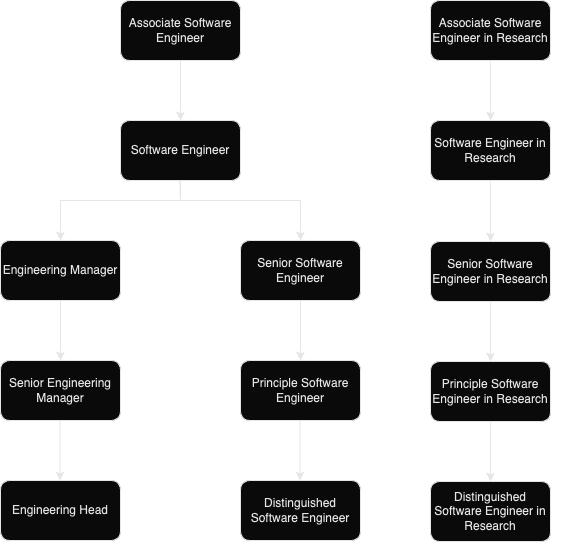
The draw.io diagram docs/4_the-formal-stuff/2_career-development/assets/roles-progression.png in ChainSafe/engineering-handbook, before a commit. Source tidied: cells renumbered, new cells last; positions are measured from the earlier drawing's top-left corner, leaving out a move shared by most shapes.
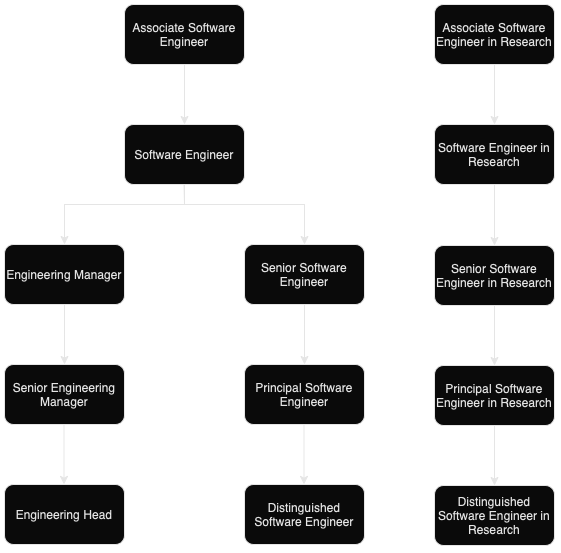
The same diagram one commit later.

Commit message:
fix typo in role progression (#112)

Change to the diagram source:
```diff
@@ -14,7 +14,7 @@
     <mxCell id="5" value="Senior Engineering Manager" style="rounded=1;whiteSpace=wrap;html=1;fillColor=#f5f5f5;fontColor=#1A1A1A;strokeColor=#1A1A1A;shadow=1;" parent="1" vertex="1">
       <mxGeometry y="360" width="120" height="60" as="geometry" />
     </mxCell>
-    <mxCell id="6" value="Principle Software Engineer" style="rounded=1;whiteSpace=wrap;html=1;fillColor=#f5f5f5;fontColor=#1A1A1A;strokeColor=#1A1A1A;shadow=1;" parent="1" vertex="1">
+    <mxCell id="6" value="Principal Software Engineer" style="rounded=1;whiteSpace=wrap;html=1;fillColor=#f5f5f5;fontColor=#1A1A1A;strokeColor=#1A1A1A;shadow=1;" parent="1" vertex="1">
       <mxGeometry x="240" y="360" width="120" height="60" as="geometry" />
     </mxCell>
     <mxCell id="7" value="Engineering Head" style="rounded=1;whiteSpace=wrap;html=1;fillColor=#f5f5f5;fontColor=#1A1A1A;strokeColor=#1A1A1A;shadow=1;" parent="1" vertex="1">
@@ -93,7 +93,7 @@
     <mxCell id="23" style="edgeStyle=orthogonalEdgeStyle;rounded=0;jettySize=auto;html=1;entryX=0.5;entryY=0;entryDx=0;entryDy=0;strokeColor=#1A1A1A;fontColor=#1A1A1A;endArrow=classic;endFill=1;startArrow=none;startFill=0;" parent="1" edge="1" source="24" target="25">
       <mxGeometry relative="1" as="geometry" />
     </mxCell>
-    <mxCell id="24" value="Principle Software Engineer in Research" style="rounded=1;whiteSpace=wrap;html=1;fillColor=#f5f5f5;fontColor=#1A1A1A;strokeColor=#1A1A1A;shadow=1;" parent="1" vertex="1">
+    <mxCell id="24" value="Principal Software Engineer in Research" style="rounded=1;whiteSpace=wrap;html=1;fillColor=#f5f5f5;fontColor=#1A1A1A;strokeColor=#1A1A1A;shadow=1;" parent="1" vertex="1">
       <mxGeometry x="430" y="361" width="120" height="60" as="geometry" />
     </mxCell>
     <mxCell id="25" value="Distinguished Software Engineer in Research" style="rounded=1;whiteSpace=wrap;html=1;fillColor=#f5f5f5;fontColor=#1A1A1A;strokeColor=#1A1A1A;shadow=1;" parent="1" vertex="1">
```
